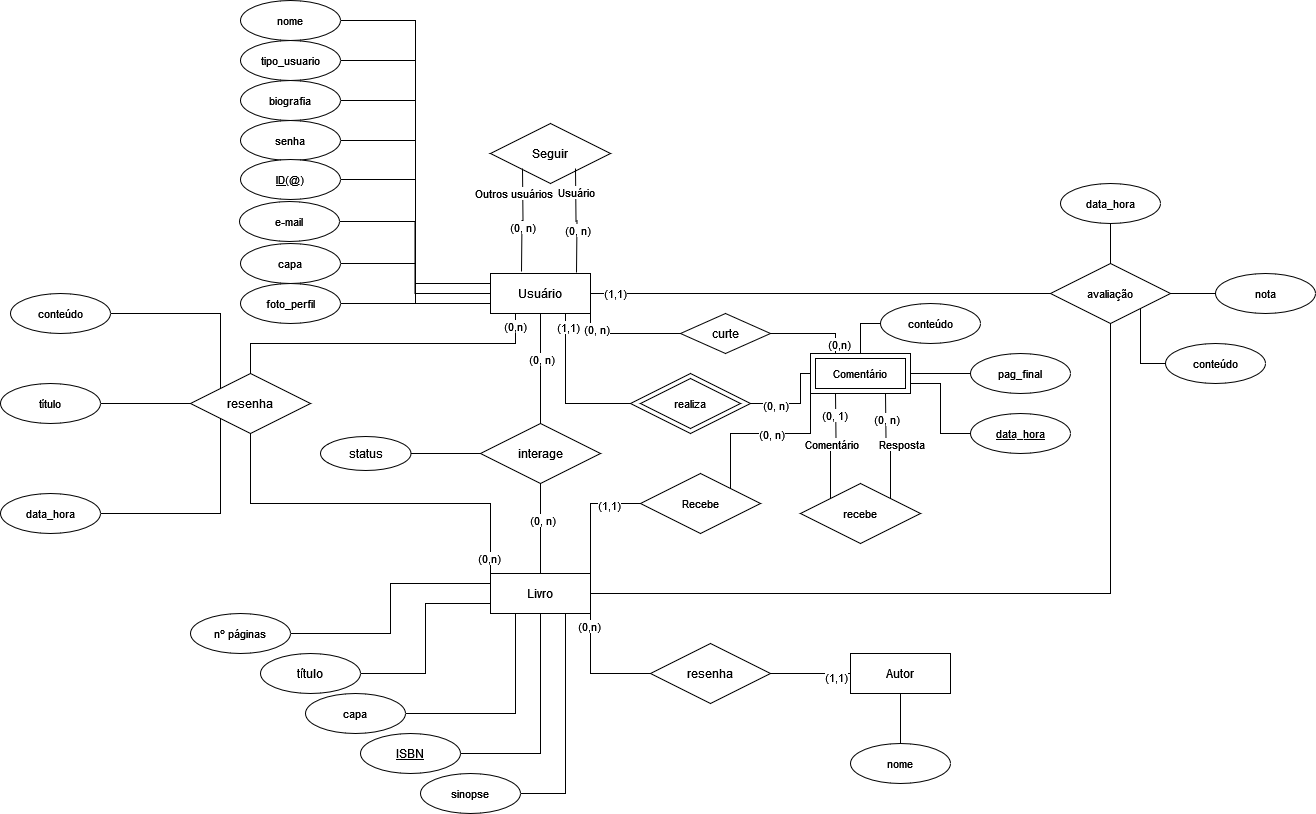
tads-cnat/pratiler keeps this draw.io diagram as doc/bd/diagrama-er/DERPratiler.drawio.png. Above is the earlier version. Source tidied: cells renumbered, new cells last; positions are measured from the earlier drawing's top-left corner, leaving out a move shared by most shapes.
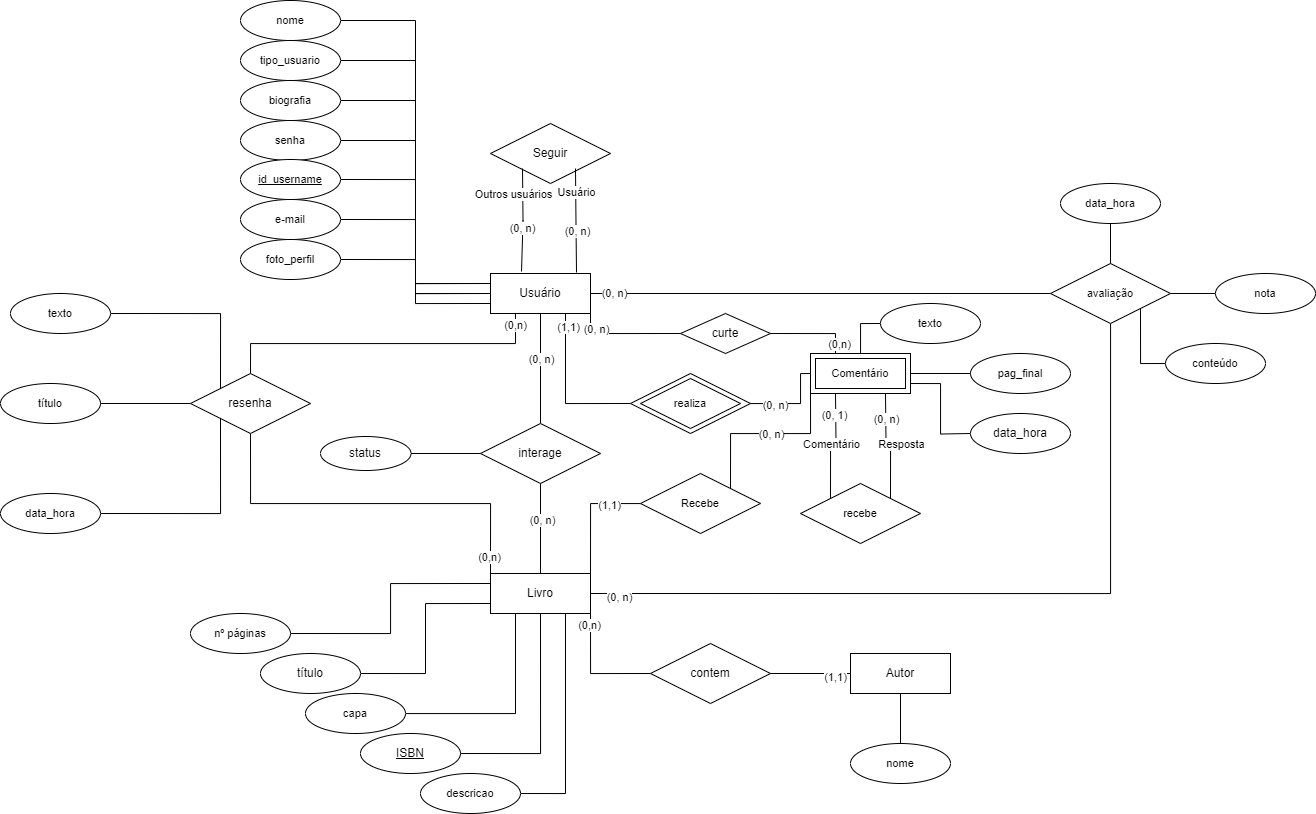
The same diagram one commit later.

Diff of the diagram source:
```diff
@@ -17,7 +17,7 @@
     <mxCell id="6" style="edgeStyle=orthogonalEdgeStyle;rounded=0;jettySize=auto;html=1;exitX=1;exitY=0.5;exitDx=0;exitDy=0;entryX=0;entryY=0.5;entryDx=0;entryDy=0;endArrow=none;endFill=0;" parent="1" edge="1" source="12" target="46">
       <mxGeometry relative="1" as="geometry" />
     </mxCell>
-    <mxCell id="7" value="(1,1)" style="edgeLabel;html=1;align=center;verticalAlign=middle;fontFamily=Helvetica;fontSize=11;fontColor=default;labelBackgroundColor=default;" parent="6" vertex="1">
+    <mxCell id="7" value="(0, n)" style="edgeLabel;html=1;align=center;verticalAlign=middle;fontFamily=Helvetica;fontSize=11;fontColor=default;labelBackgroundColor=default;" parent="6" vertex="1">
       <mxGeometry x="-0.9" y="1" relative="1" as="geometry" />
     </mxCell>
     <mxCell id="8" style="edgeStyle=orthogonalEdgeStyle;shape=connector;rounded=0;jettySize=auto;html=1;exitX=0.75;exitY=1;exitDx=0;exitDy=0;entryX=0;entryY=0.5;entryDx=0;entryDy=0;strokeColor=default;align=center;verticalAlign=middle;fontFamily=Helvetica;fontSize=11;fontColor=default;labelBackgroundColor=default;endArrow=none;endFill=0;" parent="1" edge="1" source="12" target="51">
@@ -50,6 +50,9 @@
     <mxCell id="17" style="edgeStyle=orthogonalEdgeStyle;shape=connector;rounded=0;jettySize=auto;html=1;exitX=1;exitY=0.5;exitDx=0;exitDy=0;strokeColor=default;align=center;verticalAlign=middle;fontFamily=Helvetica;fontSize=11;fontColor=default;labelBackgroundColor=default;endArrow=none;endFill=0;" parent="1" edge="1" source="20" target="46">
       <mxGeometry relative="1" as="geometry" />
     </mxCell>
+    <mxCell id="104" value="(0, n)" style="edgeLabel;html=1;align=center;verticalAlign=middle;" parent="17" vertex="1">
+      <mxGeometry x="-0.93" y="-3" relative="1" as="geometry" />
+    </mxCell>
     <mxCell id="18" style="edgeStyle=orthogonalEdgeStyle;shape=connector;rounded=0;jettySize=auto;html=1;exitX=1;exitY=1;exitDx=0;exitDy=0;entryX=0;entryY=0.5;entryDx=0;entryDy=0;strokeColor=default;align=center;verticalAlign=middle;fontFamily=Helvetica;fontSize=11;fontColor=default;labelBackgroundColor=default;endArrow=none;endFill=0;" parent="1" edge="1" source="20" target="103">
       <mxGeometry relative="1" as="geometry" />
     </mxCell>
@@ -72,7 +75,7 @@
       <mxGeometry relative="1" as="geometry" />
     </mxCell>
     <mxCell id="25" value="e-mail" style="ellipse;whiteSpace=wrap;html=1;align=center;fontFamily=Helvetica;fontSize=11;fontColor=default;labelBackgroundColor=default;" parent="1" vertex="1">
-      <mxGeometry x="239" y="201" width="100" height="40" as="geometry" />
+      <mxGeometry x="240" y="199" width="100" height="40" as="geometry" />
     </mxCell>
     <mxCell id="26" value="senha" style="ellipse;whiteSpace=wrap;html=1;align=center;fontFamily=Helvetica;fontSize=11;fontColor=default;labelBackgroundColor=default;" parent="1" vertex="1">
       <mxGeometry x="240" y="120" width="100" height="40" as="geometry" />
@@ -86,7 +89,7 @@
     <mxCell id="29" style="edgeStyle=orthogonalEdgeStyle;rounded=0;jettySize=auto;html=1;exitX=1;exitY=0.5;exitDx=0;exitDy=0;entryX=0;entryY=0;entryDx=0;entryDy=0;endArrow=none;endFill=0;" parent="1" edge="1" source="30" target="95">
       <mxGeometry relative="1" as="geometry" />
     </mxCell>
-    <mxCell id="30" value="&lt;div&gt;conteúdo&lt;/div&gt;" style="ellipse;whiteSpace=wrap;html=1;align=center;fontFamily=Helvetica;fontSize=11;fontColor=default;labelBackgroundColor=default;" parent="1" vertex="1">
+    <mxCell id="30" value="&lt;div&gt;texto&lt;/div&gt;" style="ellipse;whiteSpace=wrap;html=1;align=center;fontFamily=Helvetica;fontSize=11;fontColor=default;labelBackgroundColor=default;" parent="1" vertex="1">
       <mxGeometry x="10" y="293" width="100" height="40" as="geometry" />
     </mxCell>
     <mxCell id="31" value="nº páginas" style="ellipse;whiteSpace=wrap;html=1;align=center;fontFamily=Helvetica;fontSize=11;fontColor=default;labelBackgroundColor=default;" parent="1" vertex="1">
@@ -127,7 +130,7 @@
     <mxCell id="40" value="capa" style="ellipse;whiteSpace=wrap;html=1;align=center;fontFamily=Helvetica;fontSize=11;fontColor=default;labelBackgroundColor=default;" parent="1" vertex="1">
       <mxGeometry x="305" y="693" width="100" height="40" as="geometry" />
     </mxCell>
-    <mxCell id="41" value="ID(@)" style="ellipse;whiteSpace=wrap;html=1;align=center;fontStyle=4;fontFamily=Helvetica;fontSize=11;fontColor=default;labelBackgroundColor=default;" parent="1" vertex="1">
+    <mxCell id="41" value="id_username" style="ellipse;whiteSpace=wrap;html=1;align=center;fontStyle=4;fontFamily=Helvetica;fontSize=11;fontColor=default;labelBackgroundColor=default;" parent="1" vertex="1">
       <mxGeometry x="240" y="159" width="100" height="40" as="geometry" />
     </mxCell>
     <mxCell id="42" style="edgeStyle=orthogonalEdgeStyle;shape=connector;rounded=0;jettySize=auto;html=1;exitX=0;exitY=0.5;exitDx=0;exitDy=0;entryX=1;entryY=1;entryDx=0;entryDy=0;strokeColor=default;align=center;verticalAlign=middle;fontFamily=Helvetica;fontSize=11;fontColor=default;labelBackgroundColor=default;endArrow=none;endFill=0;" parent="1" edge="1" source="43" target="46">
@@ -226,7 +229,7 @@
     <mxCell id="65" style="edgeStyle=orthogonalEdgeStyle;shape=connector;rounded=0;jettySize=auto;html=1;exitX=0;exitY=0.5;exitDx=0;exitDy=0;strokeColor=default;align=center;verticalAlign=middle;fontFamily=Helvetica;fontSize=11;fontColor=default;labelBackgroundColor=default;endArrow=none;endFill=0;" parent="1" edge="1" source="66" target="67">
       <mxGeometry relative="1" as="geometry" />
     </mxCell>
-    <mxCell id="66" value="conteúdo" style="ellipse;whiteSpace=wrap;html=1;align=center;fontFamily=Helvetica;fontSize=11;fontColor=default;labelBackgroundColor=default;" parent="1" vertex="1">
+    <mxCell id="66" value="texto" style="ellipse;whiteSpace=wrap;html=1;align=center;fontFamily=Helvetica;fontSize=11;fontColor=default;labelBackgroundColor=default;" parent="1" vertex="1">
       <mxGeometry x="880" y="303" width="100" height="40" as="geometry" />
     </mxCell>
     <mxCell id="67" value="Comentário" style="shape=ext;margin=3;double=1;whiteSpace=wrap;html=1;align=center;fontFamily=Helvetica;fontSize=11;fontColor=default;labelBackgroundColor=default;" parent="1" vertex="1">
@@ -244,24 +247,17 @@
     <mxCell id="71" value="biografia" style="ellipse;whiteSpace=wrap;html=1;align=center;fontFamily=Helvetica;fontSize=11;fontColor=default;labelBackgroundColor=default;" parent="1" vertex="1">
       <mxGeometry x="240" y="80" width="100" height="40" as="geometry" />
     </mxCell>
-    <mxCell id="72" style="edgeStyle=orthogonalEdgeStyle;shape=connector;rounded=0;jettySize=auto;html=1;exitX=1;exitY=0.5;exitDx=0;exitDy=0;entryX=0;entryY=0.75;entryDx=0;entryDy=0;strokeColor=default;align=center;verticalAlign=middle;fontFamily=Helvetica;fontSize=11;fontColor=default;labelBackgroundColor=default;endArrow=none;endFill=0;" parent="1" edge="1" source="73" target="12">
-      <mxGeometry relative="1" as="geometry" />
-    </mxCell>
-    <mxCell id="73" value="capa" style="ellipse;whiteSpace=wrap;html=1;align=center;fontFamily=Helvetica;fontSize=11;fontColor=default;labelBackgroundColor=default;" parent="1" vertex="1">
-      <mxGeometry x="240" y="243" width="100" height="40" as="geometry" />
-    </mxCell>
     <mxCell id="74" style="edgeStyle=orthogonalEdgeStyle;shape=connector;rounded=0;jettySize=auto;html=1;exitX=1;exitY=0.5;exitDx=0;exitDy=0;entryX=0;entryY=0.75;entryDx=0;entryDy=0;strokeColor=default;align=center;verticalAlign=middle;fontFamily=Helvetica;fontSize=11;fontColor=default;labelBackgroundColor=default;endArrow=none;endFill=0;" parent="1" edge="1" source="75" target="12">
       <mxGeometry relative="1" as="geometry" />
     </mxCell>
     <mxCell id="75" value="foto_perfil" style="ellipse;whiteSpace=wrap;html=1;align=center;fontFamily=Helvetica;fontSize=11;fontColor=default;labelBackgroundColor=default;" parent="1" vertex="1">
-      <mxGeometry x="240" y="283" width="100" height="40" as="geometry" />
+      <mxGeometry x="240" y="239" width="100" height="40" as="geometry" />
     </mxCell>
-    <mxCell id="76" style="edgeStyle=orthogonalEdgeStyle;shape=connector;rounded=0;jettySize=auto;html=1;exitX=0;exitY=0.5;exitDx=0;exitDy=0;entryX=1;entryY=0.75;entryDx=0;entryDy=0;strokeColor=default;align=center;verticalAlign=middle;fontFamily=Helvetica;fontSize=11;fontColor=default;labelBackgroundColor=default;endArrow=none;endFill=0;" parent="1" edge="1" source="77" target="67">
-      <mxGeometry relative="1" as="geometry" />
+    <mxCell id="76" style="edgeStyle=orthogonalEdgeStyle;shape=connector;rounded=0;jettySize=auto;html=1;exitX=0;exitY=0.5;exitDx=0;exitDy=0;entryX=1;entryY=0.75;entryDx=0;entryDy=0;strokeColor=default;align=center;verticalAlign=middle;fontFamily=Helvetica;fontSize=11;fontColor=default;labelBackgroundColor=default;endArrow=none;endFill=0;" parent="1" edge="1" target="67">
+      <mxGeometry relative="1" as="geometry">
+        <mxPoint x="970" y="433" as="sourcePoint" />
+      </mxGeometry>
     </mxCell>
-    <mxCell id="77" value="&lt;u&gt;data_hora&lt;/u&gt;" style="ellipse;whiteSpace=wrap;html=1;align=center;fontFamily=Helvetica;fontSize=11;fontColor=default;labelBackgroundColor=default;" parent="1" vertex="1">
-      <mxGeometry x="970" y="413" width="100" height="40" as="geometry" />
-    </mxCell>
     <mxCell id="78" style="edgeStyle=orthogonalEdgeStyle;shape=connector;rounded=0;jettySize=auto;html=1;exitX=1;exitY=0.5;exitDx=0;exitDy=0;entryX=0;entryY=0.5;entryDx=0;entryDy=0;strokeColor=default;align=center;verticalAlign=middle;fontFamily=Helvetica;fontSize=11;fontColor=default;labelBackgroundColor=default;endArrow=none;endFill=0;" parent="1" edge="1" source="79" target="23">
       <mxGeometry relative="1" as="geometry" />
     </mxCell>
@@ -292,7 +288,7 @@
     <mxCell id="87" style="edgeStyle=orthogonalEdgeStyle;shape=connector;rounded=0;jettySize=auto;html=1;exitX=1;exitY=0.5;exitDx=0;exitDy=0;entryX=0.75;entryY=1;entryDx=0;entryDy=0;strokeColor=default;align=center;verticalAlign=middle;fontFamily=Helvetica;fontSize=11;fontColor=default;labelBackgroundColor=default;endArrow=none;endFill=0;" parent="1" edge="1" source="88" target="20">
       <mxGeometry relative="1" as="geometry" />
     </mxCell>
-    <mxCell id="88" value="&lt;div&gt;sinopse&lt;/div&gt;" style="ellipse;whiteSpace=wrap;html=1;align=center;fontFamily=Helvetica;fontSize=11;fontColor=default;labelBackgroundColor=default;" parent="1" vertex="1">
+    <mxCell id="88" value="&lt;div&gt;descricao&lt;/div&gt;" style="ellipse;whiteSpace=wrap;html=1;align=center;fontFamily=Helvetica;fontSize=11;fontColor=default;labelBackgroundColor=default;" parent="1" vertex="1">
       <mxGeometry x="420" y="773" width="100" height="40" as="geometry" />
     </mxCell>
     <mxCell id="89" style="edgeStyle=orthogonalEdgeStyle;shape=connector;rounded=0;jettySize=auto;html=1;exitX=1;exitY=0.5;exitDx=0;exitDy=0;strokeColor=default;align=center;verticalAlign=middle;fontFamily=Helvetica;fontSize=11;fontColor=default;labelBackgroundColor=default;endArrow=none;endFill=0;" parent="1" edge="1" source="90" target="95">
@@ -337,8 +333,11 @@
     <mxCell id="102" value="(1,1)" style="edgeLabel;html=1;align=center;verticalAlign=middle;fontFamily=Helvetica;fontSize=11;fontColor=default;labelBackgroundColor=default;" parent="101" vertex="1">
       <mxGeometry x="0.63" y="-3" relative="1" as="geometry" />
     </mxCell>
-    <mxCell id="103" value="resenha" style="shape=rhombus;perimeter=rhombusPerimeter;whiteSpace=wrap;html=1;align=center;" parent="1" vertex="1">
+    <mxCell id="103" value="contem" style="shape=rhombus;perimeter=rhombusPerimeter;whiteSpace=wrap;html=1;align=center;" parent="1" vertex="1">
       <mxGeometry x="650" y="643" width="120" height="60" as="geometry" />
     </mxCell>
+    <mxCell id="77" value="data_hora" style="ellipse;whiteSpace=wrap;html=1;align=center;" parent="1" vertex="1">
+      <mxGeometry x="970" y="413" width="100" height="40" as="geometry" />
+    </mxCell>
   </root>
 </mxGraphModel>
```
